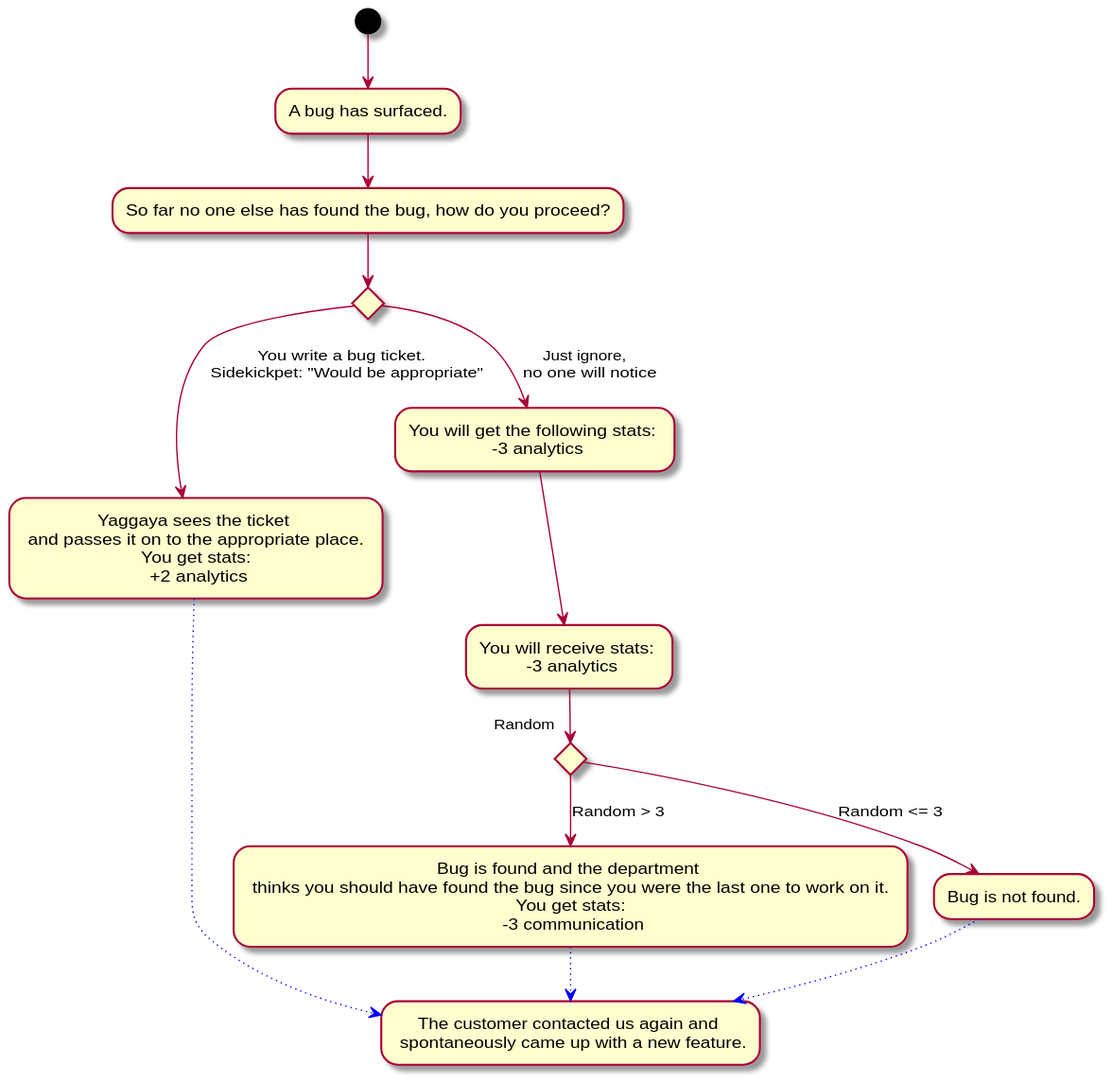
The PlantUML diagram Docs/Technical Specifications/docs/diagrams/StoryFlow/StoryFlow_Decision_11.svg in Brotenko/QualityQuest, before a commit. The source it was exported from:
```plantuml
@startuml
(*) --> "A bug has surfaced."
--> "So far no one else has found the bug, how do you proceed?"
if "" then
--> [You write a bug ticket. \n Sidekickpet: "Would be appropriate"] "Yaggaya sees the ticket \n and passes it on to the appropriate place. \n You get stats: \n +2 analytics" as y
else
--> [Just ignore, \n no one will notice] "You will get the following stats: \n -3 analytics" as x
endif
--> "You will receive stats: \n -3 analytics"
if "Random" then
--> [Random > 3] "Bug is found and the department \n thinks you should have found the bug since you were the last one to work on it. \n You get stats: \n -3 communication" as p

else
--> [Random <= 3] "Bug is not found."
-[#blue,dotted]-> "The customer contacted us again and \n spontaneously came up with a new feature." as f
endif
p -[#blue,dotted]-> f
y -[#blue,dotted]-> f
@enduml
```
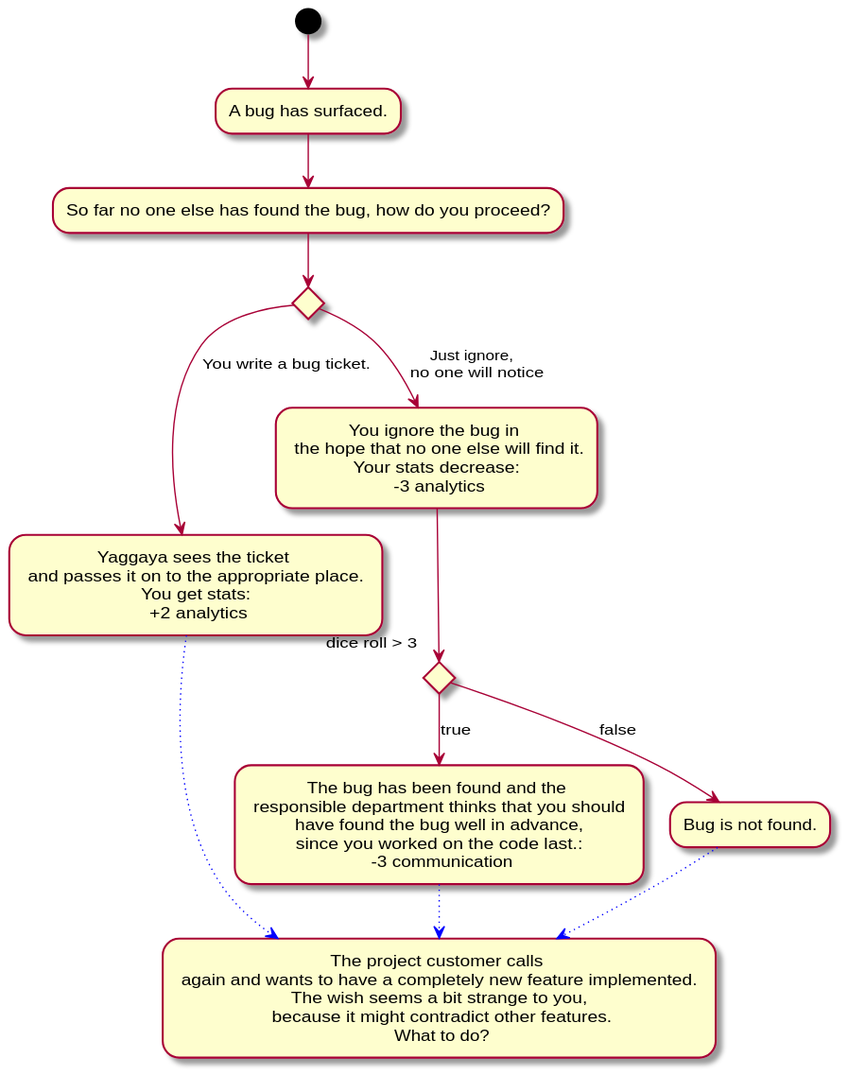
The same diagram one commit later.

What changed in the source:
```diff
@@ -1,18 +1,17 @@
 @startuml
 (*) --> "A bug has surfaced."
 --> "So far no one else has found the bug, how do you proceed?"
-if "" then
---> [You write a bug ticket. \n Sidekickpet: "Would be appropriate"] "Yaggaya sees the ticket \n and passes it on to the appropriate place. \n You get stats: \n +2 analytics" as y
+if " " then
+--> [You write a bug ticket.] "Yaggaya sees the ticket \n and passes it on to the appropriate place. \n You get stats: \n +2 analytics" as y
 else
---> [Just ignore, \n no one will notice] "You will get the following stats: \n -3 analytics" as x
+--> [Just ignore, \n no one will notice] "You ignore the bug in \n the hope that no one else will find it.\n Your stats decrease: \n -3 analytics" as x
 endif
---> "You will receive stats: \n -3 analytics"
-if "Random" then
---> [Random > 3] "Bug is found and the department \n thinks you should have found the bug since you were the last one to work on it. \n You get stats: \n -3 communication" as p
+if "dice roll > 3" then
+--> [true] "The bug has been found and the \n responsible department thinks that you should \n have found the bug well in advance, \n since you worked on the code last.: \n -3 communication" as p
 
 else
---> [Random <= 3] "Bug is not found."
--[#blue,dotted]-> "The customer contacted us again and \n spontaneously came up with a new feature." as f
+--> [false] "Bug is not found."
+-[#blue,dotted]-> "The project customer calls \n again and wants to have a completely new feature implemented. \n The wish seems a bit strange to you, \n because it might contradict other features.\n What to do?" as f
 endif
 p -[#blue,dotted]-> f
 y -[#blue,dotted]-> f
```
